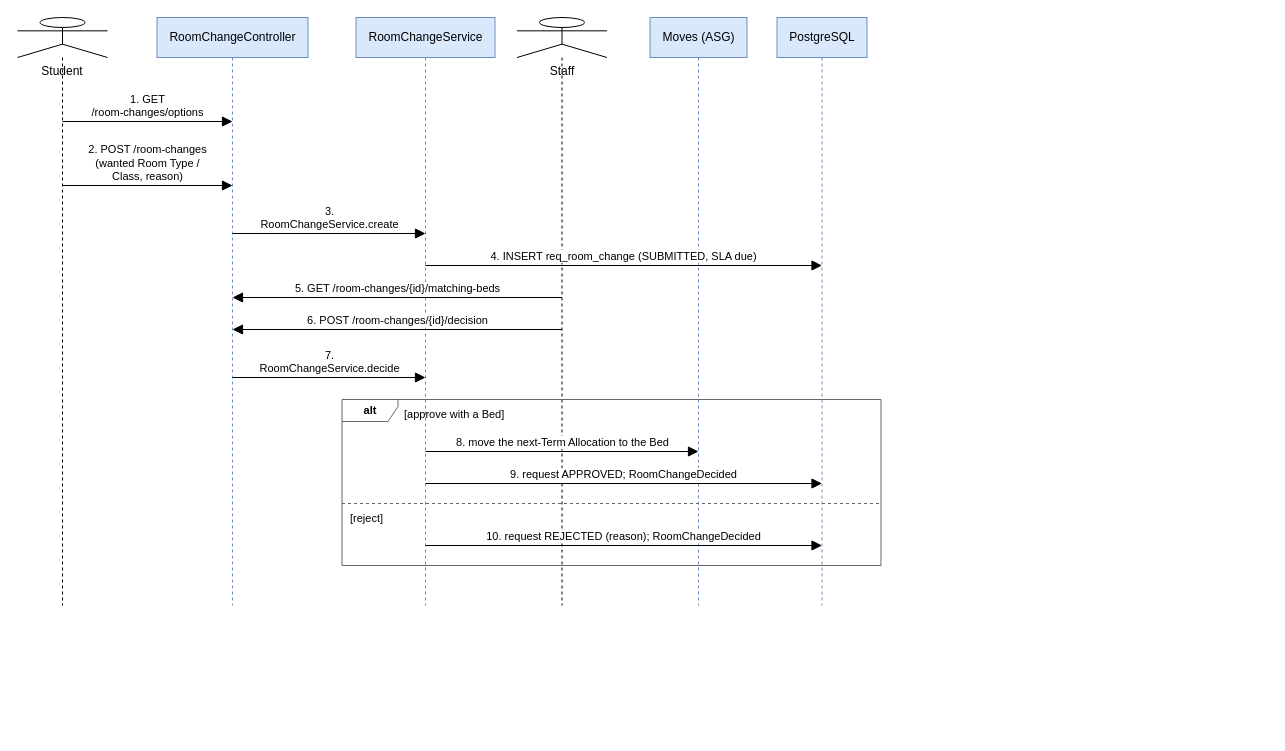
tisou47/CampusStay-FPT keeps this draw.io diagram as docs/Diagrams/07_Sequence/seq-11-room-change.drawio. Above is the earlier version. Source tidied: cells renumbered, new cells numbered last; positions are measured from the earlier drawing's top-left corner, leaving out a move shared by most shapes. Both pictures are drawn from the tidied source at 100%, with x=0, y=0 at pixel (17, 17).
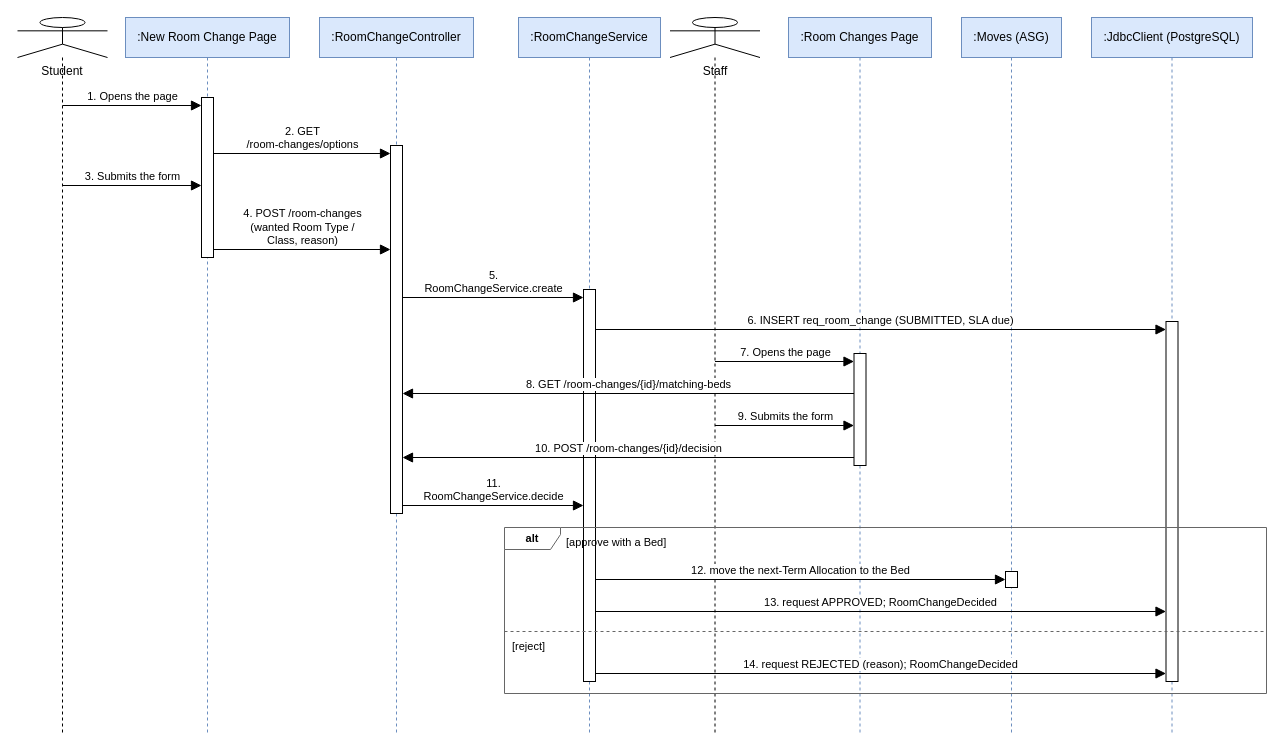
The same page after the edit.

Change to the diagram source:
```diff
@@
     <mxCell id="2" value="Student" style="shape=umlLifeline;participant=umlActor;perimeter=lifelinePerimeter;size=40;verticalAlign=top;spacingTop=40;html=1;whiteSpace=wrap;fontSize=12;fontFamily=Helvetica;" parent="1" vertex="1">
-      <mxGeometry width="90" height="588" as="geometry" />
+      <mxGeometry width="90" height="716" as="geometry" />
     </mxCell>
+    <mxCell id="22" value=":New Room Change Page" style="shape=umlLifeline;perimeter=lifelinePerimeter;size=40;html=1;whiteSpace=wrap;fontSize=12;fontFamily=Helvetica;fillColor=#dae8fc;strokeColor=#6c8ebf;" parent="1" vertex="1">
+      <mxGeometry x="108" width="164" height="716" as="geometry" />
+    </mxCell>
-    <mxCell id="3" value="RoomChangeController" style="shape=umlLifeline;perimeter=lifelinePerimeter;size=40;html=1;whiteSpace=wrap;fontSize=12;fontFamily=Helvetica;fillColor=#dae8fc;strokeColor=#6c8ebf;" parent="1" vertex="1">
-      <mxGeometry x="139.5" width="151" height="588" as="geometry" />
+    <mxCell id="3" value=":RoomChangeController" style="shape=umlLifeline;perimeter=lifelinePerimeter;size=40;html=1;whiteSpace=wrap;fontSize=12;fontFamily=Helvetica;fillColor=#dae8fc;strokeColor=#6c8ebf;" parent="1" vertex="1">
+      <mxGeometry x="302" width="154" height="716" as="geometry" />
     </mxCell>
-    <mxCell id="4" value="RoomChangeService" style="shape=umlLifeline;perimeter=lifelinePerimeter;size=40;html=1;whiteSpace=wrap;fontSize=12;fontFamily=Helvetica;fillColor=#dae8fc;strokeColor=#6c8ebf;" parent="1" vertex="1">
-      <mxGeometry x="338.5" width="139" height="588" as="geometry" />
+    <mxCell id="4" value=":RoomChangeService" style="shape=umlLifeline;perimeter=lifelinePerimeter;size=40;html=1;whiteSpace=wrap;fontSize=12;fontFamily=Helvetica;fillColor=#dae8fc;strokeColor=#6c8ebf;" parent="1" vertex="1">
+      <mxGeometry x="501" width="142" height="716" as="geometry" />
     </mxCell>
     <mxCell id="5" value="Staff" style="shape=umlLifeline;participant=umlActor;perimeter=lifelinePerimeter;size=40;verticalAlign=top;spacingTop=40;html=1;whiteSpace=wrap;fontSize=12;fontFamily=Helvetica;" parent="1" vertex="1">
-      <mxGeometry x="499.5" width="90" height="588" as="geometry" />
+      <mxGeometry x="652.5" width="90" height="716" as="geometry" />
     </mxCell>
+    <mxCell id="23" value=":Room Changes Page" style="shape=umlLifeline;perimeter=lifelinePerimeter;size=40;html=1;whiteSpace=wrap;fontSize=12;fontFamily=Helvetica;fillColor=#dae8fc;strokeColor=#6c8ebf;" parent="1" vertex="1">
+      <mxGeometry x="771" width="143" height="716" as="geometry" />
+    </mxCell>
-    <mxCell id="6" value="Moves (ASG)" style="shape=umlLifeline;perimeter=lifelinePerimeter;size=40;html=1;whiteSpace=wrap;fontSize=12;fontFamily=Helvetica;fillColor=#dae8fc;strokeColor=#6c8ebf;" parent="1" vertex="1">
-      <mxGeometry x="632.5" width="97" height="588" as="geometry" />
+    <mxCell id="6" value=":Moves (ASG)" style="shape=umlLifeline;perimeter=lifelinePerimeter;size=40;html=1;whiteSpace=wrap;fontSize=12;fontFamily=Helvetica;fillColor=#dae8fc;strokeColor=#6c8ebf;" parent="1" vertex="1">
+      <mxGeometry x="944" width="100" height="716" as="geometry" />
     </mxCell>
-    <mxCell id="7" value="PostgreSQL" style="shape=umlLifeline;perimeter=lifelinePerimeter;size=40;html=1;whiteSpace=wrap;fontSize=12;fontFamily=Helvetica;fillColor=#dae8fc;strokeColor=#6c8ebf;" parent="1" vertex="1">
-      <mxGeometry x="759.5" width="90" height="588" as="geometry" />
+    <mxCell id="7" value=":JdbcClient (PostgreSQL)" style="shape=umlLifeline;perimeter=lifelinePerimeter;size=40;html=1;whiteSpace=wrap;fontSize=12;fontFamily=Helvetica;fillColor=#dae8fc;strokeColor=#6c8ebf;" parent="1" vertex="1">
+      <mxGeometry x="1074" width="161" height="716" as="geometry" />
     </mxCell>
-    <mxCell id="8" value="1. GET&lt;br&gt;/room-changes/options" style="html=1;rounded=1;fontSize=11;fontFamily=Helvetica;labelBackgroundColor=#ffffff;verticalAlign=bottom;endArrow=block;endFill=1;endSize=8;" parent="1" edge="1">
-      <mxGeometry relative="1" as="geometry">
-        <mxPoint x="45" y="104" as="sourcePoint" />
-        <mxPoint x="215" y="104" as="targetPoint" />
-      </mxGeometry>
+    <mxCell id="8" style="rounded=0;whiteSpace=wrap;html=1;fillColor=#FFFFFF;strokeColor=#000000;" parent="1" vertex="1">
+      <mxGeometry x="184" y="80" width="12" height="160" as="geometry" />
     </mxCell>
-    <mxCell id="9" value="2. POST /room-changes&lt;br&gt;(wanted Room Type /&lt;br&gt;Class, reason)" style="html=1;rounded=1;fontSize=11;fontFamily=Helvetica;labelBackgroundColor=#ffffff;verticalAlign=bottom;endArrow=block;endFill=1;endSize=8;" parent="1" edge="1">
-      <mxGeometry relative="1" as="geometry">
-        <mxPoint x="45" y="168" as="sourcePoint" />
-        <mxPoint x="215" y="168" as="targetPoint" />
-      </mxGeometry>
+    <mxCell id="9" style="rounded=0;whiteSpace=wrap;html=1;fillColor=#FFFFFF;strokeColor=#000000;" parent="1" vertex="1">
+      <mxGeometry x="373" y="128" width="12" height="368" as="geometry" />
     </mxCell>
-    <mxCell id="10" value="3.&lt;br&gt;RoomChangeService.create" style="html=1;rounded=1;fontSize=11;fontFamily=Helvetica;labelBackgroundColor=#ffffff;verticalAlign=bottom;endArrow=block;endFill=1;endSize=8;" parent="1" edge="1">
-      <mxGeometry relative="1" as="geometry">
-        <mxPoint x="215" y="216" as="sourcePoint" />
-        <mxPoint x="408" y="216" as="targetPoint" />
-      </mxGeometry>
+    <mxCell id="10" style="rounded=0;whiteSpace=wrap;html=1;fillColor=#FFFFFF;strokeColor=#000000;" parent="1" vertex="1">
+      <mxGeometry x="566" y="272" width="12" height="392" as="geometry" />
     </mxCell>
-    <mxCell id="11" value="4. INSERT req_room_change (SUBMITTED, SLA due)" style="html=1;rounded=1;fontSize=11;fontFamily=Helvetica;labelBackgroundColor=#ffffff;verticalAlign=bottom;endArrow=block;endFill=1;endSize=8;" parent="1" edge="1">
-      <mxGeometry relative="1" as="geometry">
-        <mxPoint x="408" y="248" as="sourcePoint" />
-        <mxPoint x="804.5" y="248" as="targetPoint" />
-      </mxGeometry>
+    <mxCell id="11" style="rounded=0;whiteSpace=wrap;html=1;fillColor=#FFFFFF;strokeColor=#000000;" parent="1" vertex="1">
+      <mxGeometry x="1148.5" y="304" width="12" height="360" as="geometry" />
     </mxCell>
-    <mxCell id="12" value="5. GET /room-changes/{id}/matching-beds" style="html=1;rounded=1;fontSize=11;fontFamily=Helvetica;labelBackgroundColor=#ffffff;verticalAlign=bottom;endArrow=block;endFill=1;endSize=8;" parent="1" edge="1">
-      <mxGeometry relative="1" as="geometry">
-        <mxPoint x="544.5" y="280" as="sourcePoint" />
-        <mxPoint x="215" y="280" as="targetPoint" />
-      </mxGeometry>
+    <mxCell id="12" style="rounded=0;whiteSpace=wrap;html=1;fillColor=#FFFFFF;strokeColor=#000000;" parent="1" vertex="1">
+      <mxGeometry x="836.5" y="336" width="12" height="112" as="geometry" />
     </mxCell>
-    <mxCell id="13" value="6. POST /room-changes/{id}/decision" style="html=1;rounded=1;fontSize=11;fontFamily=Helvetica;labelBackgroundColor=#ffffff;verticalAlign=bottom;endArrow=block;endFill=1;endSize=8;" parent="1" edge="1">
-      <mxGeometry relative="1" as="geometry">
-        <mxPoint x="544.5" y="312" as="sourcePoint" />
-        <mxPoint x="215" y="312" as="targetPoint" />
-      </mxGeometry>
+    <mxCell id="13" style="rounded=0;whiteSpace=wrap;html=1;fillColor=#FFFFFF;strokeColor=#000000;" parent="1" vertex="1">
+      <mxGeometry x="988" y="554" width="12" height="16" as="geometry" />
     </mxCell>
-    <mxCell id="14" value="7.&lt;br&gt;RoomChangeService.decide" style="html=1;rounded=1;fontSize=11;fontFamily=Helvetica;labelBackgroundColor=#ffffff;verticalAlign=bottom;endArrow=block;endFill=1;endSize=8;" parent="1" edge="1">
+    <mxCell id="14" value="1. Opens the page" style="html=1;rounded=1;fontSize=11;fontFamily=Helvetica;labelBackgroundColor=#ffffff;verticalAlign=bottom;endArrow=block;endFill=1;endSize=8;" parent="1" edge="1">
       <mxGeometry relative="1" as="geometry">
-        <mxPoint x="215" y="360" as="sourcePoint" />
-        <mxPoint x="408" y="360" as="targetPoint" />
+        <mxPoint x="45" y="88" as="sourcePoint" />
+        <mxPoint x="184" y="88" as="targetPoint" />
       </mxGeometry>
     </mxCell>
-    <mxCell id="15" value="8. move the next-Term Allocation to the Bed" style="html=1;rounded=1;fontSize=11;fontFamily=Helvetica;labelBackgroundColor=#ffffff;verticalAlign=bottom;endArrow=block;endFill=1;endSize=8;" parent="1" edge="1">
+    <mxCell id="15" value="2. GET&lt;br&gt;/room-changes/options" style="html=1;rounded=1;fontSize=11;fontFamily=Helvetica;labelBackgroundColor=#ffffff;verticalAlign=bottom;endArrow=block;endFill=1;endSize=8;" parent="1" edge="1">
       <mxGeometry relative="1" as="geometry">
-        <mxPoint x="408" y="434" as="sourcePoint" />
-        <mxPoint x="681" y="434" as="targetPoint" />
+        <mxPoint x="196" y="136" as="sourcePoint" />
+        <mxPoint x="373" y="136" as="targetPoint" />
       </mxGeometry>
     </mxCell>
-    <mxCell id="16" value="9. request APPROVED; RoomChangeDecided" style="html=1;rounded=1;fontSize=11;fontFamily=Helvetica;labelBackgroundColor=#ffffff;verticalAlign=bottom;endArrow=block;endFill=1;endSize=8;" parent="1" edge="1">
+    <mxCell id="16" value="3. Submits the form" style="html=1;rounded=1;fontSize=11;fontFamily=Helvetica;labelBackgroundColor=#ffffff;verticalAlign=bottom;endArrow=block;endFill=1;endSize=8;" parent="1" edge="1">
       <mxGeometry relative="1" as="geometry">
-        <mxPoint x="408" y="466" as="sourcePoint" />
-        <mxPoint x="804.5" y="466" as="targetPoint" />
+        <mxPoint x="45" y="168" as="sourcePoint" />
+        <mxPoint x="184" y="168" as="targetPoint" />
       </mxGeometry>
     </mxCell>
-    <mxCell id="17" value="10. request REJECTED (reason); RoomChangeDecided" style="html=1;rounded=1;fontSize=11;fontFamily=Helvetica;labelBackgroundColor=#ffffff;verticalAlign=bottom;endArrow=block;endFill=1;endSize=8;" parent="1" edge="1">
+    <mxCell id="17" value="4. POST /room-changes&lt;br&gt;(wanted Room Type /&lt;br&gt;Class, reason)" style="html=1;rounded=1;fontSize=11;fontFamily=Helvetica;labelBackgroundColor=#ffffff;verticalAlign=bottom;endArrow=block;endFill=1;endSize=8;" parent="1" edge="1">
       <mxGeometry relative="1" as="geometry">
-        <mxPoint x="408" y="528" as="sourcePoint" />
-        <mxPoint x="804.5" y="528" as="targetPoint" />
+        <mxPoint x="196" y="232" as="sourcePoint" />
+        <mxPoint x="373" y="232" as="targetPoint" />
       </mxGeometry>
     </mxCell>
-    <mxCell id="18" value="alt" style="shape=umlFrame;whiteSpace=wrap;html=1;width=56;height=22;fontSize=11;fontStyle=1;fillColor=none;strokeColor=#666666;" parent="1" vertex="1">
-      <mxGeometry x="324.5" y="382" width="539" height="166" as="geometry" />
+    <mxCell id="18" value="5.&lt;br&gt;RoomChangeService.create" style="html=1;rounded=1;fontSize=11;fontFamily=Helvetica;labelBackgroundColor=#ffffff;verticalAlign=bottom;endArrow=block;endFill=1;endSize=8;" parent="1" edge="1">
+      <mxGeometry relative="1" as="geometry">
+        <mxPoint x="385" y="280" as="sourcePoint" />
+        <mxPoint x="566" y="280" as="targetPoint" />
+      </mxGeometry>
     </mxCell>
-    <mxCell id="19" value="[approve with a Bed]" style="text;html=1;whiteSpace=wrap;fontSize=12;fontFamily=Helvetica;align=left;verticalAlign=top;fillColor=none;strokeColor=none;fontSize=11;" parent="1" vertex="1">
-      <mxGeometry x="384.5" y="384" width="132.7" height="20" as="geometry" />
+    <mxCell id="19" value="6. INSERT req_room_change (SUBMITTED, SLA due)" style="html=1;rounded=1;fontSize=11;fontFamily=Helvetica;labelBackgroundColor=#ffffff;verticalAlign=bottom;endArrow=block;endFill=1;endSize=8;" parent="1" edge="1">
+      <mxGeometry relative="1" as="geometry">
+        <mxPoint x="578" y="312" as="sourcePoint" />
+        <mxPoint x="1148.5" y="312" as="targetPoint" />
+      </mxGeometry>
     </mxCell>
-    <mxCell id="20" style="html=1;rounded=1;fontSize=11;fontFamily=Helvetica;labelBackgroundColor=#ffffff;endArrow=none;dashed=1;strokeColor=#666666;" parent="1" edge="1">
+    <mxCell id="20" value="7. Opens the page" style="html=1;rounded=1;fontSize=11;fontFamily=Helvetica;labelBackgroundColor=#ffffff;verticalAlign=bottom;endArrow=block;endFill=1;endSize=8;" parent="1" edge="1">
       <mxGeometry relative="1" as="geometry">
-        <mxPoint x="324.5" y="486" as="sourcePoint" />
-        <mxPoint x="863.5" y="486" as="targetPoint" />
+        <mxPoint x="697.5" y="344" as="sourcePoint" />
+        <mxPoint x="836.5" y="344" as="targetPoint" />
       </mxGeometry>
     </mxCell>
-    <mxCell id="21" value="[reject]" style="text;html=1;whiteSpace=wrap;fontSize=12;fontFamily=Helvetica;align=left;verticalAlign=top;fillColor=none;strokeColor=none;fontSize=11;" parent="1" vertex="1">
-      <mxGeometry x="330.5" y="488" width="59.3" height="20" as="geometry" />
+    <mxCell id="21" value="8. GET /room-changes/{id}/matching-beds" style="html=1;rounded=1;fontSize=11;fontFamily=Helvetica;labelBackgroundColor=#ffffff;verticalAlign=bottom;endArrow=block;endFill=1;endSize=8;" parent="1" edge="1">
+      <mxGeometry relative="1" as="geometry">
+        <mxPoint x="836.5" y="376" as="sourcePoint" />
+        <mxPoint x="385" y="376" as="targetPoint" />
+      </mxGeometry>
     </mxCell>
+    <mxCell id="24" value="9. Submits the form" style="html=1;rounded=1;fontSize=11;fontFamily=Helvetica;labelBackgroundColor=#ffffff;verticalAlign=bottom;endArrow=block;endFill=1;endSize=8;" parent="1" edge="1">
+      <mxGeometry relative="1" as="geometry">
+        <mxPoint x="697.5" y="408" as="sourcePoint" />
+        <mxPoint x="836.5" y="408" as="targetPoint" />
+      </mxGeometry>
+    </mxCell>
+    <mxCell id="25" value="10. POST /room-changes/{id}/decision" style="html=1;rounded=1;fontSize=11;fontFamily=Helvetica;labelBackgroundColor=#ffffff;verticalAlign=bottom;endArrow=block;endFill=1;endSize=8;" parent="1" edge="1">
+      <mxGeometry relative="1" as="geometry">
+        <mxPoint x="836.5" y="440" as="sourcePoint" />
+        <mxPoint x="385" y="440" as="targetPoint" />
+      </mxGeometry>
+    </mxCell>
+    <mxCell id="26" value="11.&lt;br&gt;RoomChangeService.decide" style="html=1;rounded=1;fontSize=11;fontFamily=Helvetica;labelBackgroundColor=#ffffff;verticalAlign=bottom;endArrow=block;endFill=1;endSize=8;" parent="1" edge="1">
+      <mxGeometry relative="1" as="geometry">
+        <mxPoint x="385" y="488" as="sourcePoint" />
+        <mxPoint x="566" y="488" as="targetPoint" />
+      </mxGeometry>
+    </mxCell>
+    <mxCell id="27" value="12. move the next-Term Allocation to the Bed" style="html=1;rounded=1;fontSize=11;fontFamily=Helvetica;labelBackgroundColor=#ffffff;verticalAlign=bottom;endArrow=block;endFill=1;endSize=8;" parent="1" edge="1">
+      <mxGeometry relative="1" as="geometry">
+        <mxPoint x="578" y="562" as="sourcePoint" />
+        <mxPoint x="988" y="562" as="targetPoint" />
+      </mxGeometry>
+    </mxCell>
+    <mxCell id="28" value="13. request APPROVED; RoomChangeDecided" style="html=1;rounded=1;fontSize=11;fontFamily=Helvetica;labelBackgroundColor=#ffffff;verticalAlign=bottom;endArrow=block;endFill=1;endSize=8;" parent="1" edge="1">
+      <mxGeometry relative="1" as="geometry">
+        <mxPoint x="578" y="594" as="sourcePoint" />
+        <mxPoint x="1148.5" y="594" as="targetPoint" />
+      </mxGeometry>
+    </mxCell>
+    <mxCell id="29" value="14. request REJECTED (reason); RoomChangeDecided" style="html=1;rounded=1;fontSize=11;fontFamily=Helvetica;labelBackgroundColor=#ffffff;verticalAlign=bottom;endArrow=block;endFill=1;endSize=8;" parent="1" edge="1">
+      <mxGeometry relative="1" as="geometry">
+        <mxPoint x="578" y="656" as="sourcePoint" />
+        <mxPoint x="1148.5" y="656" as="targetPoint" />
+      </mxGeometry>
+    </mxCell>
+    <mxCell id="30" value="alt" style="shape=umlFrame;whiteSpace=wrap;html=1;width=56;height=22;fontSize=11;fontStyle=1;fillColor=none;strokeColor=#666666;" parent="1" vertex="1">
+      <mxGeometry x="487" y="510" width="762" height="166" as="geometry" />
+    </mxCell>
+    <mxCell id="31" value="[approve with a Bed]" style="text;html=1;whiteSpace=wrap;fontSize=12;fontFamily=Helvetica;align=left;verticalAlign=top;fillColor=none;strokeColor=none;fontSize=11;" parent="1" vertex="1">
+      <mxGeometry x="547" y="512" width="132.7" height="20" as="geometry" />
+    </mxCell>
+    <mxCell id="32" style="html=1;rounded=1;fontSize=11;fontFamily=Helvetica;labelBackgroundColor=#ffffff;endArrow=none;dashed=1;strokeColor=#666666;" parent="1" edge="1">
+      <mxGeometry relative="1" as="geometry">
+        <mxPoint x="487" y="614" as="sourcePoint" />
+        <mxPoint x="1249" y="614" as="targetPoint" />
+      </mxGeometry>
+    </mxCell>
+    <mxCell id="33" value="[reject]" style="text;html=1;whiteSpace=wrap;fontSize=12;fontFamily=Helvetica;align=left;verticalAlign=top;fillColor=none;strokeColor=none;fontSize=11;" parent="1" vertex="1">
+      <mxGeometry x="493" y="616" width="59.3" height="20" as="geometry" />
+    </mxCell>
```
